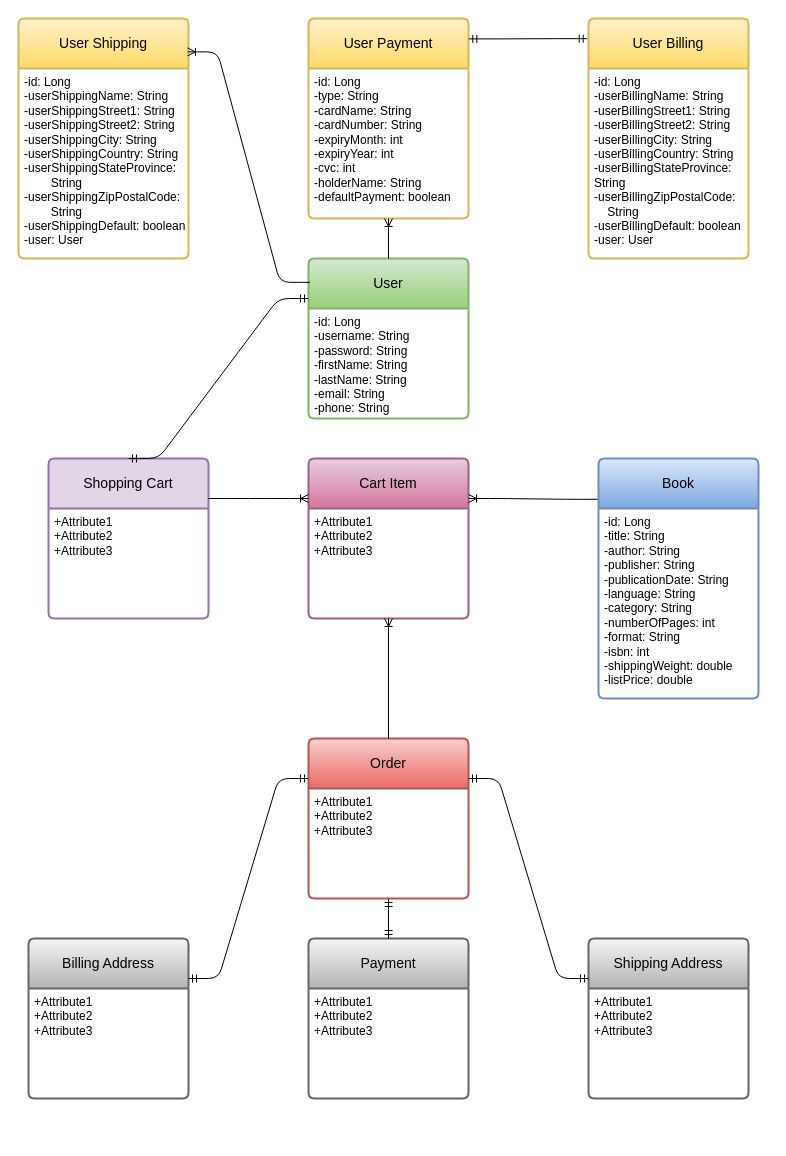
Above: Alpine Bookstore Diagram.drawio in alaaasfour/Alpine (draw.io), before the change. Source tidied: cells renumbered, new cells numbered last; positions are measured from the earlier drawing's top-left corner, leaving out a move shared by most shapes. Both pictures are drawn from the tidied source at 100%, with x=0, y=0 at pixel (18, 18).
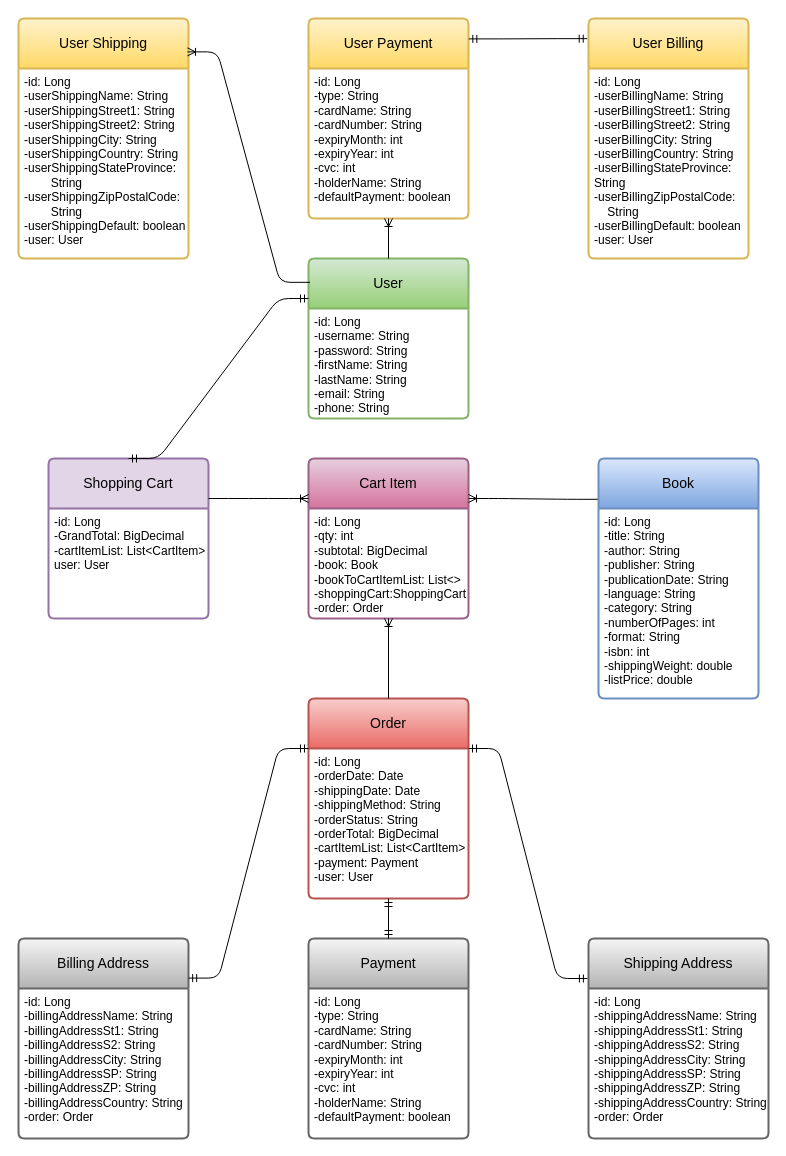
The same page after the edit.

Commit message (it also covers changes not shown here):
Adding Alpine BookStore Diagram

The change refers to these unchanged cells:
```xml
<mxCell id="12" value="Shopping Cart" style="swimlane;horizontal=1;startSize=50;rounded=1;fontSize=14;fontStyle=0;strokeWidth=2;shadow=0;dashed=0;align=center;arcSize=4;whiteSpace=wrap;html=1;fillColor=#e1d5e7;strokeColor=#9673a6;" parent="1" vertex="1">
  <mxGeometry x="30" y="440" width="160" height="160" as="geometry" />
</mxCell>
<mxCell id="17" value="Cart Item" style="swimlane;horizontal=1;startSize=50;rounded=1;fontSize=14;fontStyle=0;strokeWidth=2;shadow=0;dashed=0;align=center;arcSize=4;whiteSpace=wrap;html=1;fillColor=#e6d0de;gradientColor=#d5739d;strokeColor=#996185;" parent="1" vertex="1">
  <mxGeometry x="290" y="440" width="160" height="160" as="geometry" />
</mxCell>
```

Change to the diagram source:
```diff
@@
-    <mxCell id="13" value="+Attribute1&#10;+Attribute2&#10;+Attribute3" style="align=left;strokeColor=none;fillColor=none;spacingLeft=4;fontSize=12;verticalAlign=top;html=1;" parent="12" vertex="1">
+    <mxCell id="13" value="-id: Long&lt;br&gt;-GrandTotal: BigDecimal&lt;br&gt;-cartItemList: List&amp;lt;CartItem&amp;gt;&lt;br&gt;user: User" style="align=left;strokeColor=none;fillColor=none;spacingLeft=4;fontSize=12;verticalAlign=top;html=1;" parent="12" vertex="1">
       <mxGeometry y="50" width="160" height="110" as="geometry" />
     </mxCell>
@@
-    <mxCell id="18" value="+Attribute1&#10;+Attribute2&#10;+Attribute3" style="align=left;strokeColor=none;fillColor=none;spacingLeft=4;fontSize=12;verticalAlign=top;html=1;" parent="17" vertex="1">
+    <mxCell id="18" value="-id: Long&lt;br&gt;-qty: int&lt;br&gt;-subtotal: BigDecimal&lt;br&gt;-book: Book&lt;br&gt;-bookToCartItemList: List&amp;lt;&amp;gt;&lt;br&gt;-shoppingCart:ShoppingCart&lt;br&gt;-order: Order" style="align=left;strokeColor=none;fillColor=none;spacingLeft=4;fontSize=12;verticalAlign=top;html=1;" parent="17" vertex="1">
       <mxGeometry y="50" width="160" height="110" as="geometry" />
     </mxCell>
@@
     <mxCell id="20" value="Order" style="swimlane;horizontal=1;startSize=50;rounded=1;fontSize=14;fontStyle=0;strokeWidth=2;shadow=0;dashed=0;align=center;arcSize=4;whiteSpace=wrap;html=1;fillColor=#f8cecc;strokeColor=#b85450;gradientColor=#ea6b66;" parent="1" vertex="1">
-      <mxGeometry x="290" y="720" width="160" height="160" as="geometry" />
+      <mxGeometry x="290" y="680" width="160" height="200" as="geometry" />
     </mxCell>
-    <mxCell id="21" value="+Attribute1&#10;+Attribute2&#10;+Attribute3" style="align=left;strokeColor=none;fillColor=none;spacingLeft=4;fontSize=12;verticalAlign=top;html=1;" parent="20" vertex="1">
-      <mxGeometry y="50" width="160" height="110" as="geometry" />
+    <mxCell id="21" value="-id: Long&lt;br&gt;-orderDate: Date&lt;br&gt;-shippingDate: Date&lt;br&gt;-shippingMethod: String&lt;br&gt;-orderStatus: String&lt;br&gt;-orderTotal: BigDecimal&lt;br&gt;-cartItemList: List&amp;lt;CartItem&amp;gt;&lt;br&gt;-payment: Payment&lt;br&gt;-user: User" style="align=left;strokeColor=none;fillColor=none;spacingLeft=4;fontSize=12;verticalAlign=top;html=1;" parent="20" vertex="1">
+      <mxGeometry y="50" width="160" height="150" as="geometry" />
     </mxCell>
     <mxCell id="22" value="Billing Address" style="swimlane;horizontal=1;startSize=50;rounded=1;fontSize=14;fontStyle=0;strokeWidth=2;shadow=0;dashed=0;align=center;arcSize=4;whiteSpace=wrap;html=1;fillColor=#f5f5f5;gradientColor=#b3b3b3;strokeColor=#666666;" parent="1" vertex="1">
-      <mxGeometry x="10" y="920" width="160" height="160" as="geometry" />
+      <mxGeometry y="920" width="170" height="200" as="geometry" />
     </mxCell>
-    <mxCell id="23" value="+Attribute1&#10;+Attribute2&#10;+Attribute3" style="align=left;strokeColor=none;fillColor=none;spacingLeft=4;fontSize=12;verticalAlign=top;html=1;" parent="22" vertex="1">
-      <mxGeometry y="50" width="160" height="110" as="geometry" />
+    <mxCell id="23" value="-id: Long&lt;br&gt;-billingAddressName: String&lt;br&gt;-billingAddressSt1: String&lt;br&gt;-billingAddressS2: String&lt;br&gt;-billingAddressCity: String&lt;br&gt;-billingAddressSP: String&lt;br&gt;-billingAddressZP: String&lt;br&gt;-billingAddressCountry: String&lt;br&gt;-order: Order" style="align=left;strokeColor=none;fillColor=none;spacingLeft=4;fontSize=12;verticalAlign=top;html=1;" parent="22" vertex="1">
+      <mxGeometry y="50" width="170" height="150" as="geometry" />
     </mxCell>
     <mxCell id="24" value="Payment" style="swimlane;horizontal=1;startSize=50;rounded=1;fontSize=14;fontStyle=0;strokeWidth=2;shadow=0;dashed=0;align=center;arcSize=4;whiteSpace=wrap;html=1;fillColor=#f5f5f5;gradientColor=#b3b3b3;strokeColor=#666666;" parent="1" vertex="1">
-      <mxGeometry x="290" y="920" width="160" height="160" as="geometry" />
+      <mxGeometry x="290" y="920" width="160" height="200" as="geometry" />
     </mxCell>
-    <mxCell id="25" value="+Attribute1&#10;+Attribute2&#10;+Attribute3" style="align=left;strokeColor=none;fillColor=none;spacingLeft=4;fontSize=12;verticalAlign=top;html=1;" parent="24" vertex="1">
-      <mxGeometry y="50" width="160" height="110" as="geometry" />
+    <mxCell id="25" value="-id: Long&lt;br style=&quot;border-color: var(--border-color);&quot;&gt;-type: String&lt;br style=&quot;border-color: var(--border-color);&quot;&gt;-cardName: String&lt;br style=&quot;border-color: var(--border-color);&quot;&gt;-cardNumber: String&lt;br style=&quot;border-color: var(--border-color);&quot;&gt;-expiryMonth: int&lt;br style=&quot;border-color: var(--border-color);&quot;&gt;-expiryYear: int&lt;br style=&quot;border-color: var(--border-color);&quot;&gt;-cvc: int&lt;br style=&quot;border-color: var(--border-color);&quot;&gt;-holderName: String&lt;br style=&quot;border-color: var(--border-color);&quot;&gt;-defaultPayment: boolean" style="align=left;strokeColor=none;fillColor=none;spacingLeft=4;fontSize=12;verticalAlign=top;html=1;" parent="24" vertex="1">
+      <mxGeometry y="50" width="160" height="150" as="geometry" />
     </mxCell>
     <mxCell id="26" value="Shipping Address" style="swimlane;horizontal=1;startSize=50;rounded=1;fontSize=14;fontStyle=0;strokeWidth=2;shadow=0;dashed=0;align=center;arcSize=4;whiteSpace=wrap;html=1;fillColor=#f5f5f5;gradientColor=#b3b3b3;strokeColor=#666666;" parent="1" vertex="1">
-      <mxGeometry x="570" y="920" width="160" height="160" as="geometry" />
+      <mxGeometry x="570" y="920" width="180" height="200" as="geometry" />
     </mxCell>
-    <mxCell id="27" value="+Attribute1&#10;+Attribute2&#10;+Attribute3" style="align=left;strokeColor=none;fillColor=none;spacingLeft=4;fontSize=12;verticalAlign=top;html=1;" parent="26" vertex="1">
-      <mxGeometry y="50" width="160" height="110" as="geometry" />
+    <mxCell id="27" value="-id: Long&lt;br style=&quot;border-color: var(--border-color);&quot;&gt;-shippingAddressName: String&lt;br style=&quot;border-color: var(--border-color);&quot;&gt;-shippingAddressSt1: String&lt;br style=&quot;border-color: var(--border-color);&quot;&gt;-shippingAddressS2: String&lt;br style=&quot;border-color: var(--border-color);&quot;&gt;-shippingAddressCity: String&lt;br style=&quot;border-color: var(--border-color);&quot;&gt;-shippingAddressSP: String&lt;br style=&quot;border-color: var(--border-color);&quot;&gt;-shippingAddressZP: String&lt;br style=&quot;border-color: var(--border-color);&quot;&gt;-shippingAddressCountry: String&lt;br style=&quot;border-color: var(--border-color);&quot;&gt;-order: Order" style="align=left;strokeColor=none;fillColor=none;spacingLeft=4;fontSize=12;verticalAlign=top;html=1;" parent="26" vertex="1">
+      <mxGeometry y="50" width="180" height="150" as="geometry" />
     </mxCell>
@@
-    <mxCell id="29" style="edgeStyle=entityRelationEdgeStyle;fontSize=12;html=1;endArrow=ERmandOne;startArrow=ERmandOne;rounded=1;entryX=0;entryY=0.25;entryDx=0;entryDy=0;curved=0;exitX=1;exitY=0.25;exitDx=0;exitDy=0;" parent="1" edge="1" source="22" target="20">
+    <mxCell id="29" style="edgeStyle=entityRelationEdgeStyle;fontSize=12;html=1;endArrow=ERmandOne;startArrow=ERmandOne;rounded=1;entryX=0;entryY=0.25;entryDx=0;entryDy=0;curved=0;exitX=1.001;exitY=0.198;exitDx=0;exitDy=0;exitPerimeter=0;" parent="1" edge="1" source="22" target="20">
       <mxGeometry relative="1" as="geometry" />
     </mxCell>
-    <mxCell id="30" style="edgeStyle=entityRelationEdgeStyle;fontSize=12;html=1;endArrow=ERmandOne;startArrow=ERmandOne;rounded=1;exitX=1;exitY=0.25;exitDx=0;exitDy=0;entryX=0;entryY=0.25;entryDx=0;entryDy=0;curved=0;" parent="1" edge="1" source="20" target="26">
+    <mxCell id="30" style="edgeStyle=entityRelationEdgeStyle;fontSize=12;html=1;endArrow=ERmandOne;startArrow=ERmandOne;rounded=1;exitX=1;exitY=0.25;exitDx=0;exitDy=0;entryX=-0.006;entryY=0.2;entryDx=0;entryDy=0;curved=0;entryPerimeter=0;" parent="1" edge="1" source="20" target="26">
       <mxGeometry relative="1" as="geometry" />
     </mxCell>
```
